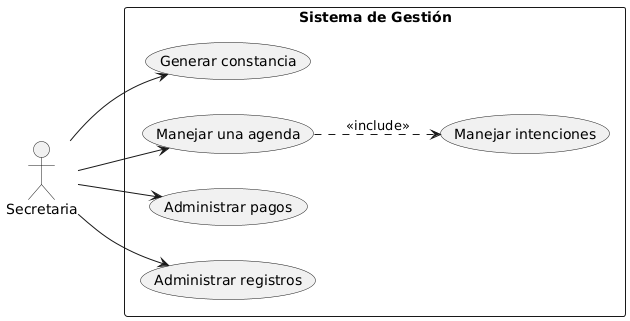
Before: Documentacion/casos de uso.png, a diagram exported from PlantUML (EGA-SUPREMO/Sistema-de-Gestion-Parroquial). The source it was exported from:
```plantuml
@startuml
left to right direction

actor Secretaria

rectangle "Sistema de Gestión" {
  usecase "Generar constancia" as UC1
  usecase "Manejar intenciones" as UC2
  usecase "Manejar una agenda" as UC3
  usecase "Administrar pagos" as UC4
  usecase "Administrar registros" as UC5
}

Secretaria --> UC1
Secretaria --> UC3
UC3 ..> UC2 : <<include>>
Secretaria --> UC4
Secretaria --> UC5
@enduml
```
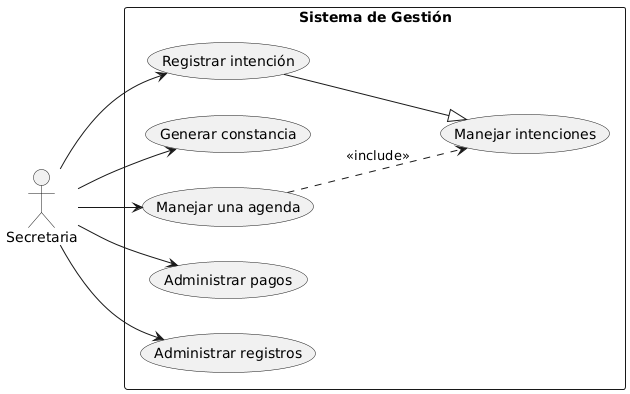
After the commit.

Commit message:
corregir casos de uso general

The edit, as a diff of the source:
```diff
@@ -4,16 +4,19 @@
 actor Secretaria
 
 rectangle "Sistema de Gestión" {
+  usecase "Registrar intención" as UC6
   usecase "Generar constancia" as UC1
-  usecase "Manejar intenciones" as UC2
-  usecase "Manejar una agenda" as UC3
+  usecase "Manejar una agenda" as UC2
+  usecase "Manejar intenciones" as UC3
   usecase "Administrar pagos" as UC4
   usecase "Administrar registros" as UC5
 }
 
 Secretaria --> UC1
-Secretaria --> UC3
-UC3 ..> UC2 : <<include>>
+Secretaria --> UC2
+UC2 ..> UC3 : <<include>>
 Secretaria --> UC4
 Secretaria --> UC5
+Secretaria --> UC6
+UC6 --|> UC3
 @enduml
```
